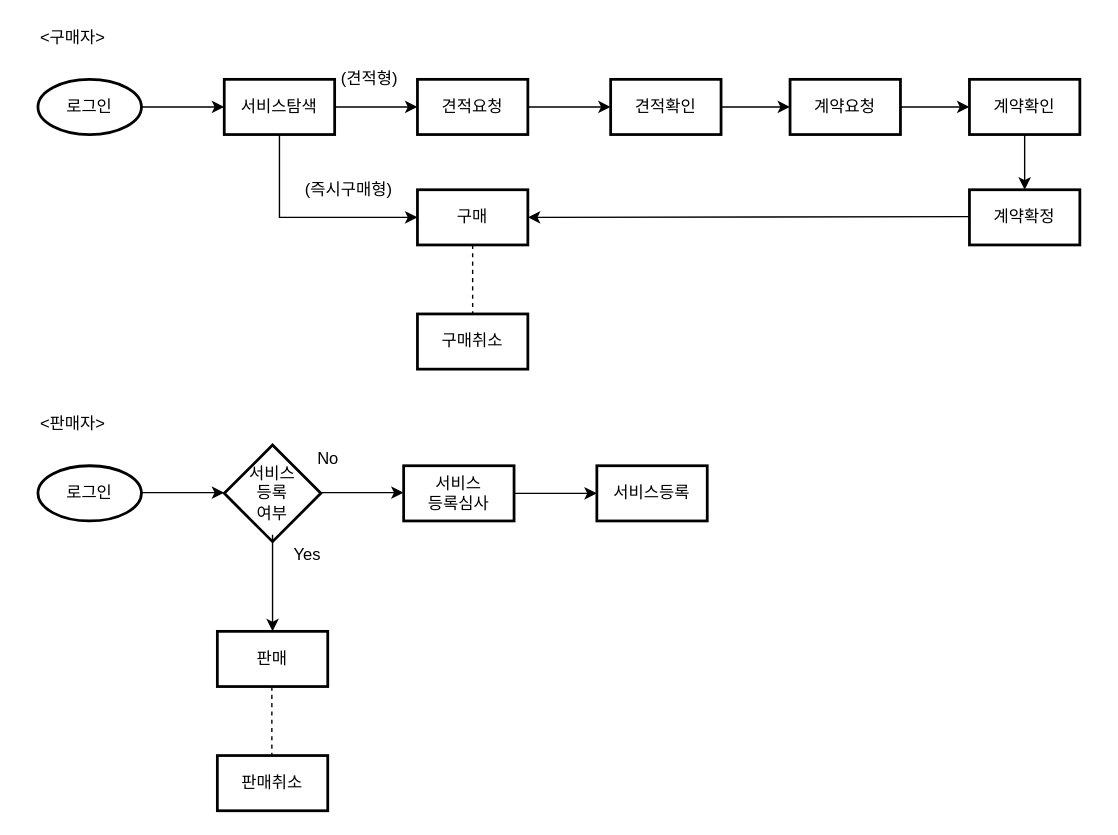
The draw.io diagram 비즈니스나우컨설팅.drawio in Lucidhomme/TIL, before the edit. Source tidied: cells renumbered, new cells numbered last; positions are measured from the earlier drawing's top-left corner, leaving out a move shared by most shapes. Both pictures are drawn from the tidied source at 138%, with x=0, y=0 at pixel (23, 23).
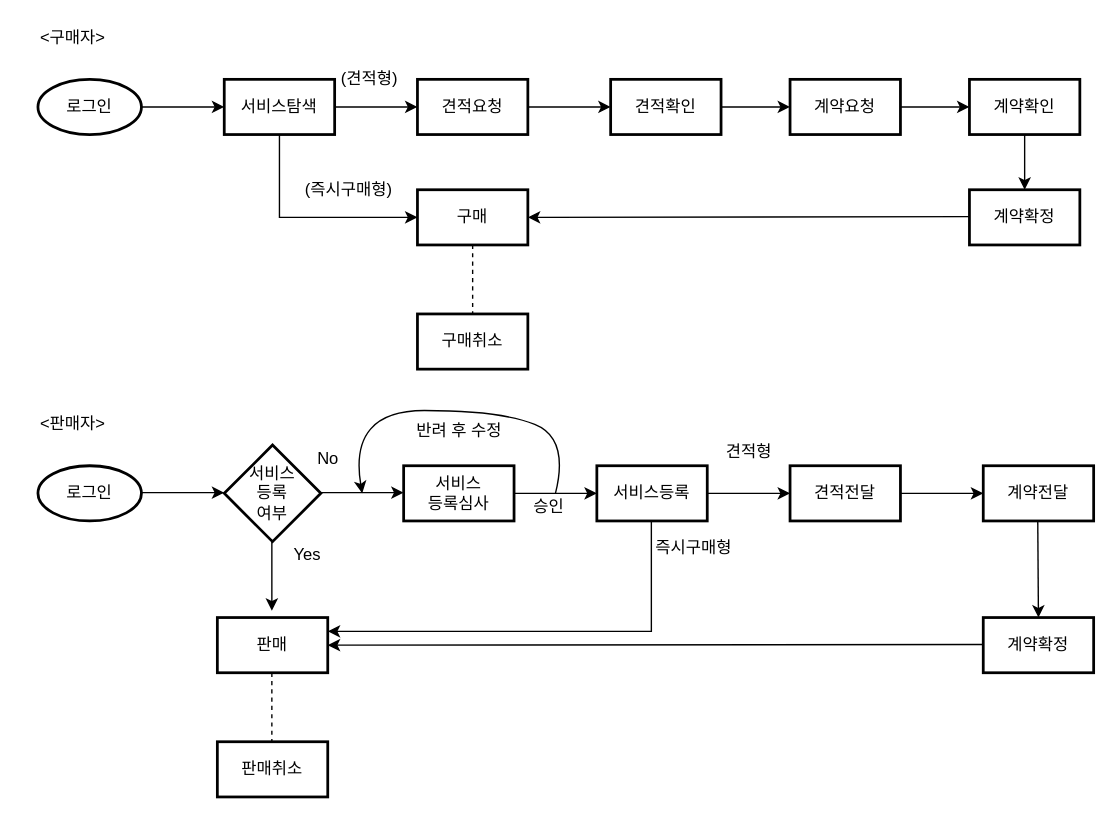
Above is the later version.

Commit message (it also covers changes not shown here):
Update 비즈니스나우컨설팅.drawio

What changed in the source:
```diff
@@
     <mxCell id="27" value="판매" style="whiteSpace=wrap;html=1;strokeWidth=2;" parent="1" vertex="1">
-      <mxGeometry x="140" y="440" width="80" height="40" as="geometry" />
+      <mxGeometry x="140" y="430" width="80" height="40" as="geometry" />
     </mxCell>
-    <mxCell id="28" style="edgeStyle=orthogonalEdgeStyle;rounded=0;orthogonalLoop=1;jettySize=auto;html=1;entryX=0.5;entryY=0;entryDx=0;entryDy=0;entryPerimeter=0;" parent="1" edge="1">
+    <mxCell id="28" style="edgeStyle=orthogonalEdgeStyle;rounded=0;orthogonalLoop=1;jettySize=auto;html=1;" parent="1" edge="1">
       <mxGeometry relative="1" as="geometry">
-        <mxPoint x="180" y="370" as="sourcePoint" />
-        <mxPoint x="180" y="440" as="targetPoint" />
+        <mxPoint x="179.5" y="375" as="sourcePoint" />
+        <mxPoint x="179.5" y="425" as="targetPoint" />
         <Array as="points">
-          <mxPoint x="180" y="390" />
-          <mxPoint x="180" y="390" />
+          <mxPoint x="179.5" y="395" />
+          <mxPoint x="179.5" y="395" />
         </Array>
       </mxGeometry>
     </mxCell>
     <mxCell id="29" style="endArrow=none;dashed=1;html=1;entryX=0.5;entryY=0;entryDx=0;entryDy=0;" parent="1" edge="1">
       <mxGeometry relative="1" as="geometry">
-        <mxPoint x="179.5" y="480" as="sourcePoint" />
-        <mxPoint x="179.5" y="530" as="targetPoint" />
+        <mxPoint x="179.5" y="470" as="sourcePoint" />
+        <mxPoint x="179.5" y="520" as="targetPoint" />
       </mxGeometry>
     </mxCell>
     <mxCell id="30" value="판매취소" style="whiteSpace=wrap;html=1;strokeWidth=2;" parent="1" vertex="1">
-      <mxGeometry x="140" y="530" width="80" height="40" as="geometry" />
+      <mxGeometry x="140" y="520" width="80" height="40" as="geometry" />
     </mxCell>
@@
+    <mxCell id="37" style="curved=1;endArrow=classic;html=1;" parent="1" edge="1">
+      <mxGeometry relative="1" as="geometry">
+        <mxPoint x="385" y="340" as="sourcePoint" />
+        <mxPoint x="245" y="340" as="targetPoint" />
+        <Array as="points">
+          <mxPoint x="395" y="300" />
+          <mxPoint x="345" y="280" />
+          <mxPoint x="235" y="280" />
+        </Array>
+      </mxGeometry>
+    </mxCell>
+    <mxCell id="38" value="승인" style="text;html=1;align=center;verticalAlign=middle;fillColor=none;strokeColor=none;rounded=0;" parent="1" vertex="1">
+      <mxGeometry x="360" y="340" width="40" height="20" as="geometry" />
+    </mxCell>
+    <mxCell id="39" value="반려 후 수정" style="text;html=1;align=center;verticalAlign=middle;fillColor=none;strokeColor=none;rounded=0;" parent="1" vertex="1">
+      <mxGeometry x="275" y="285" width="80" height="20" as="geometry" />
+    </mxCell>
+    <mxCell id="40" style="edgeStyle=orthogonalEdgeStyle;rounded=0;orthogonalLoop=1;jettySize=auto;html=1;" parent="1" edge="1">
+      <mxGeometry relative="1" as="geometry">
+        <mxPoint x="495" y="340" as="sourcePoint" />
+        <mxPoint x="555" y="340" as="targetPoint" />
+      </mxGeometry>
+    </mxCell>
+    <mxCell id="41" value="견적전달" style="whiteSpace=wrap;html=1;strokeWidth=2;" parent="1" vertex="1">
+      <mxGeometry x="555" y="320" width="80" height="40" as="geometry" />
+    </mxCell>
+    <mxCell id="42" style="edgeStyle=orthogonalEdgeStyle;rounded=0;orthogonalLoop=1;jettySize=auto;html=1;" parent="1" edge="1">
+      <mxGeometry relative="1" as="geometry">
+        <mxPoint x="635" y="340" as="sourcePoint" />
+        <mxPoint x="695" y="340" as="targetPoint" />
+      </mxGeometry>
+    </mxCell>
+    <mxCell id="43" value="계약전달" style="whiteSpace=wrap;html=1;strokeWidth=2;" parent="1" vertex="1">
+      <mxGeometry x="695" y="320" width="80" height="40" as="geometry" />
+    </mxCell>
+    <mxCell id="44" style="edgeStyle=orthogonalEdgeStyle;rounded=0;jettySize=auto;html=1;entryX=0.5;entryY=0;entryDx=0;entryDy=0;" parent="1" edge="1" target="45">
+      <mxGeometry relative="1" as="geometry">
+        <mxPoint x="734.5" y="360" as="sourcePoint" />
+      </mxGeometry>
+    </mxCell>
+    <mxCell id="45" value="계약확정" style="whiteSpace=wrap;html=1;strokeWidth=2;" parent="1" vertex="1">
+      <mxGeometry x="695" y="430" width="80" height="40" as="geometry" />
+    </mxCell>
+    <mxCell id="46" style="edgeStyle=orthogonalEdgeStyle;rounded=0;jettySize=auto;html=1;entryX=1;entryY=0.5;entryDx=0;entryDy=0;" parent="1" edge="1" target="27">
+      <mxGeometry relative="1" as="geometry">
+        <mxPoint x="695" y="449.5" as="sourcePoint" />
+      </mxGeometry>
+    </mxCell>
+    <mxCell id="47" style="edgeStyle=orthogonalEdgeStyle;rounded=0;jettySize=auto;html=1;entryX=1;entryY=0.25;entryDx=0;entryDy=0;" parent="1" edge="1" target="27">
+      <mxGeometry relative="1" as="geometry">
+        <mxPoint x="454.5" y="360" as="sourcePoint" />
+        <Array as="points">
+          <mxPoint x="455" y="440" />
+        </Array>
+      </mxGeometry>
+    </mxCell>
+    <mxCell id="48" value="즉시구매형" style="text;html=1;align=center;verticalAlign=middle;fillColor=none;strokeColor=none;rounded=0;" parent="1" vertex="1">
+      <mxGeometry x="445" y="370" width="80" height="20" as="geometry" />
+    </mxCell>
+    <mxCell id="49" value="견적형" style="text;html=1;align=center;verticalAlign=middle;fillColor=none;strokeColor=none;rounded=0;" parent="1" vertex="1">
+      <mxGeometry x="500" y="300" width="50" height="20" as="geometry" />
+    </mxCell>
```
